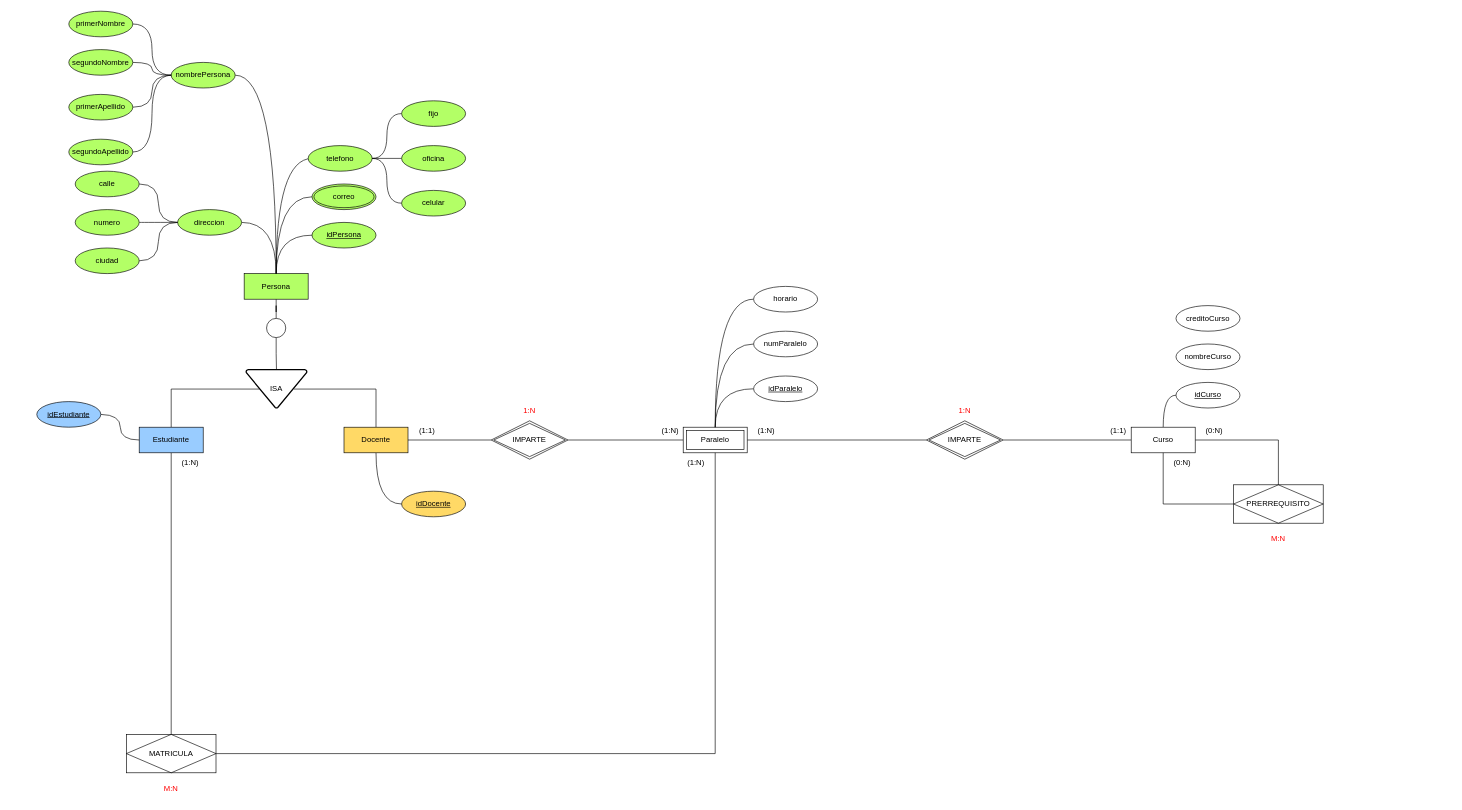
Isa4cc/BASE-DE-DATOS-I-DIAGRAMAS keeps this draw.io diagram as DIAGRAMA-UNI.drawio. Above is the earlier version. Source tidied: cells renumbered, new cells numbered last; positions are measured from the earlier drawing's top-left corner, leaving out a move shared by most shapes. Both pictures are drawn from the tidied source at 64%, with x=0, y=0 at pixel (36, 11).
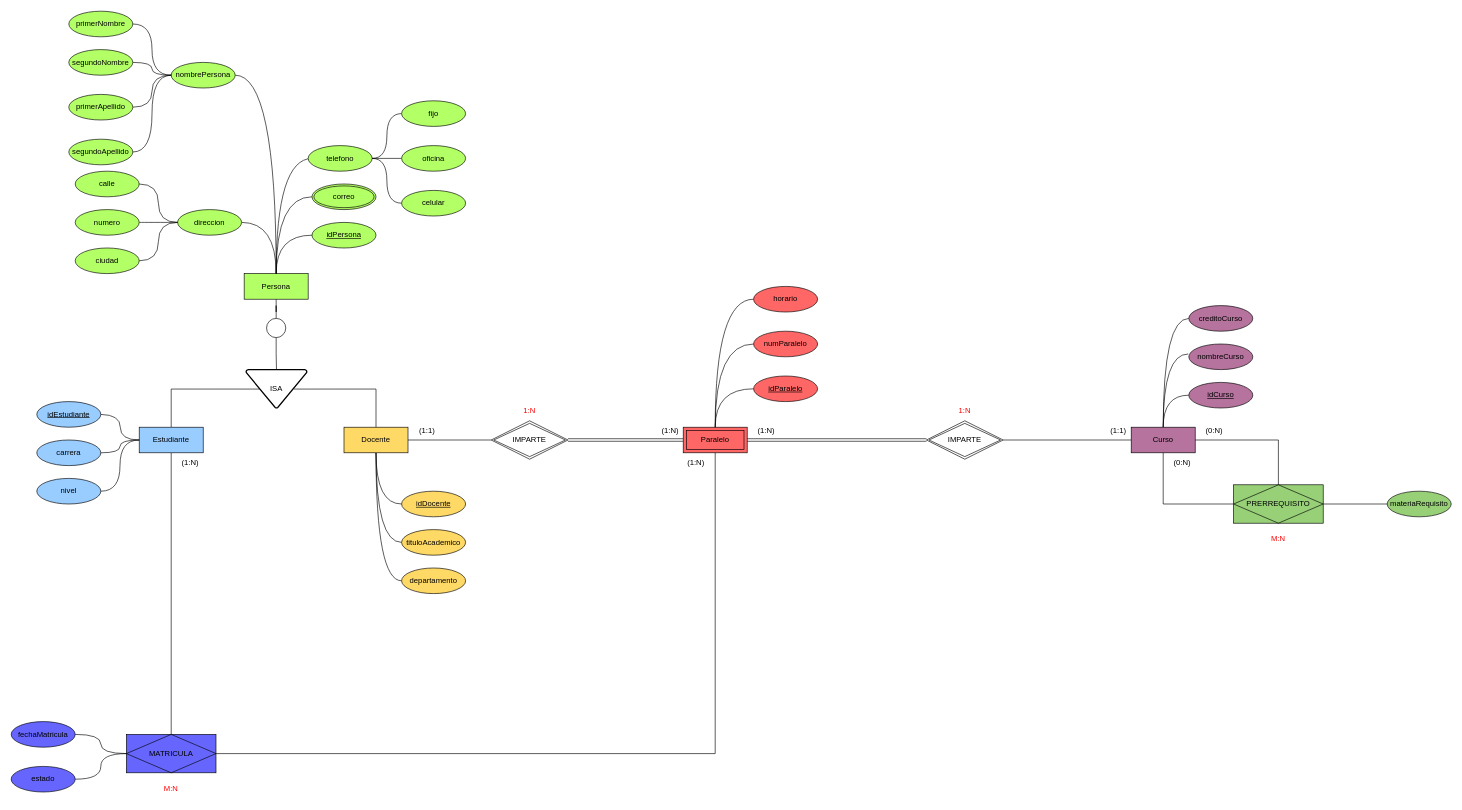
The same page after the edit.

The change refers to these unchanged cells:
```xml
<mxCell id="10" value="Estudiante" style="whiteSpace=wrap;html=1;align=center;fillColor=#99CCFF;" parent="1" vertex="1">
  <mxGeometry x="160" y="650" width="100" height="40" as="geometry" />
</mxCell>
<mxCell id="13" value="Docente" style="whiteSpace=wrap;html=1;align=center;fillColor=#FFD966;" parent="1" vertex="1">
  <mxGeometry x="480" y="650" width="100" height="40" as="geometry" />
</mxCell>
<mxCell id="38" value="IMPARTE" style="shape=rhombus;double=1;perimeter=rhombusPerimeter;whiteSpace=wrap;html=1;align=center;" parent="1" vertex="1">
  <mxGeometry x="710" y="640" width="120" height="60" as="geometry" />
</mxCell>
<mxCell id="45" value="IMPARTE" style="shape=rhombus;double=1;perimeter=rhombusPerimeter;whiteSpace=wrap;html=1;align=center;" parent="1" vertex="1">
  <mxGeometry x="1390" y="640" width="120" height="60" as="geometry" />
</mxCell>
```

Change to the diagram source:
```diff
@@
+    <mxCell id="81" style="edgeStyle=orthogonalEdgeStyle;rounded=0;jettySize=auto;html=1;entryX=0;entryY=0.5;entryDx=0;entryDy=0;curved=1;curveGeometry=1;endArrow=none;endFill=0;" parent="1" edge="1" source="13" target="85">
+      <mxGeometry relative="1" as="geometry" />
+    </mxCell>
+    <mxCell id="82" style="edgeStyle=orthogonalEdgeStyle;rounded=0;jettySize=auto;html=1;entryX=0;entryY=0.5;entryDx=0;entryDy=0;curved=1;curveGeometry=1;endArrow=none;endFill=0;" parent="1" edge="1" source="13" target="86">
+      <mxGeometry relative="1" as="geometry" />
+    </mxCell>
@@
-    <mxCell id="37" style="edgeStyle=orthogonalEdgeStyle;rounded=0;jettySize=auto;html=1;entryX=0;entryY=0.5;entryDx=0;entryDy=0;endArrow=none;endFill=0;" parent="1" edge="1" source="38" target="40">
+    <mxCell id="37" style="edgeStyle=orthogonalEdgeStyle;rounded=0;jettySize=auto;html=1;entryX=0;entryY=0.5;entryDx=0;entryDy=0;endArrow=none;endFill=0;shape=link;" parent="1" edge="1" source="38" target="40">
       <mxGeometry relative="1" as="geometry" />
     </mxCell>
@@
-    <mxCell id="39" style="edgeStyle=orthogonalEdgeStyle;rounded=0;jettySize=auto;html=1;endArrow=none;endFill=0;" parent="1" edge="1" source="40" target="45">
+    <mxCell id="39" style="edgeStyle=orthogonalEdgeStyle;rounded=0;jettySize=auto;html=1;endArrow=none;endFill=0;shape=link;" parent="1" edge="1" source="40" target="45">
       <mxGeometry relative="1" as="geometry" />
     </mxCell>
-    <mxCell id="40" value="Paralelo" style="shape=ext;margin=3;double=1;whiteSpace=wrap;html=1;align=center;" parent="1" vertex="1">
+    <mxCell id="40" value="Paralelo" style="shape=ext;margin=3;double=1;whiteSpace=wrap;html=1;align=center;fillColor=#FF6666;" parent="1" vertex="1">
       <mxGeometry x="1010" y="650" width="100" height="40" as="geometry" />
     </mxCell>
@@
+    <mxCell id="83" style="edgeStyle=orthogonalEdgeStyle;rounded=0;jettySize=auto;html=1;entryX=0;entryY=0.5;entryDx=0;entryDy=0;endArrow=none;endFill=0;curved=1;curveGeometry=1;" parent="1" edge="1" source="50" target="80">
+      <mxGeometry relative="1" as="geometry" />
+    </mxCell>
-    <mxCell id="50" value="Curso" style="whiteSpace=wrap;html=1;align=center;" parent="1" vertex="1">
+    <mxCell id="50" value="Curso" style="whiteSpace=wrap;html=1;align=center;fillColor=#B5739D;" parent="1" vertex="1">
       <mxGeometry x="1710" y="650" width="100" height="40" as="geometry" />
     </mxCell>
@@
-    <mxCell id="53" value="MATRICULA" style="shape=associativeEntity;whiteSpace=wrap;html=1;align=center;" parent="1" vertex="1">
+    <mxCell id="53" value="MATRICULA" style="shape=associativeEntity;whiteSpace=wrap;html=1;align=center;fillColor=#6666FF;" parent="1" vertex="1">
       <mxGeometry x="140" y="1130" width="140" height="60" as="geometry" />
     </mxCell>
@@
+    <mxCell id="84" style="edgeStyle=orthogonalEdgeStyle;rounded=0;jettySize=auto;html=1;entryX=0;entryY=0.5;entryDx=0;entryDy=0;endArrow=none;endFill=0;" parent="1" edge="1" source="61" target="96">
+      <mxGeometry relative="1" as="geometry" />
+    </mxCell>
-    <mxCell id="61" value="PRERREQUISITO" style="shape=associativeEntity;whiteSpace=wrap;html=1;align=center;" parent="1" vertex="1">
+    <mxCell id="61" value="PRERREQUISITO" style="shape=associativeEntity;whiteSpace=wrap;html=1;align=center;fillColor=#97D077;" parent="1" vertex="1">
       <mxGeometry x="1870" y="740" width="140" height="60" as="geometry" />
     </mxCell>
@@
-    <mxCell id="73" value="idParalelo" style="ellipse;whiteSpace=wrap;html=1;align=center;fontStyle=20;" parent="1" vertex="1">
+    <mxCell id="73" value="idParalelo" style="ellipse;whiteSpace=wrap;html=1;align=center;fontStyle=20;fillColor=#FF6666;" parent="1" vertex="1">
       <mxGeometry x="1120" y="570" width="100" height="40" as="geometry" />
     </mxCell>
@@
-    <mxCell id="75" value="numParalelo" style="ellipse;whiteSpace=wrap;html=1;align=center;" parent="1" vertex="1">
+    <mxCell id="75" value="numParalelo" style="ellipse;whiteSpace=wrap;html=1;align=center;fillColor=#FF6666;" parent="1" vertex="1">
       <mxGeometry x="1120" y="500" width="100" height="40" as="geometry" />
     </mxCell>
-    <mxCell id="76" value="idCurso" style="ellipse;whiteSpace=wrap;html=1;align=center;fontStyle=20;" parent="1" vertex="1">
-      <mxGeometry x="1780" y="580" width="100" height="40" as="geometry" />
+    <mxCell id="76" value="idCurso" style="ellipse;whiteSpace=wrap;html=1;align=center;fontStyle=20;fillColor=#B5739D;" parent="1" vertex="1">
+      <mxGeometry x="1800" y="580" width="100" height="40" as="geometry" />
     </mxCell>
@@
-    <mxCell id="78" value="horario" style="ellipse;whiteSpace=wrap;html=1;align=center;" parent="1" vertex="1">
+    <mxCell id="78" value="horario" style="ellipse;whiteSpace=wrap;html=1;align=center;fillColor=#FF6666;" parent="1" vertex="1">
       <mxGeometry x="1120" y="430" width="100" height="40" as="geometry" />
     </mxCell>
-    <mxCell id="79" value="nombreCurso" style="ellipse;whiteSpace=wrap;html=1;align=center;" parent="1" vertex="1">
-      <mxGeometry x="1780" y="520" width="100" height="40" as="geometry" />
+    <mxCell id="79" value="nombreCurso" style="ellipse;whiteSpace=wrap;html=1;align=center;fillColor=#B5739D;" parent="1" vertex="1">
+      <mxGeometry x="1800" y="520" width="100" height="40" as="geometry" />
     </mxCell>
-    <mxCell id="80" value="creditoCurso" style="ellipse;whiteSpace=wrap;html=1;align=center;" parent="1" vertex="1">
-      <mxGeometry x="1780" y="460" width="100" height="40" as="geometry" />
+    <mxCell id="80" value="creditoCurso" style="ellipse;whiteSpace=wrap;html=1;align=center;fillColor=#B5739D;" parent="1" vertex="1">
+      <mxGeometry x="1800" y="460" width="100" height="40" as="geometry" />
     </mxCell>
+    <mxCell id="85" value="tituloAcademico" style="ellipse;whiteSpace=wrap;html=1;align=center;fillColor=#FFD966;" parent="1" vertex="1">
+      <mxGeometry x="570" y="810" width="100" height="40" as="geometry" />
+    </mxCell>
+    <mxCell id="86" value="departamento" style="ellipse;whiteSpace=wrap;html=1;align=center;fillColor=#FFD966;" parent="1" vertex="1">
+      <mxGeometry x="570" y="870" width="100" height="40" as="geometry" />
+    </mxCell>
+    <mxCell id="87" style="edgeStyle=orthogonalEdgeStyle;rounded=0;jettySize=auto;html=1;entryX=0;entryY=0.5;entryDx=0;entryDy=0;curved=1;curveGeometry=1;endArrow=none;endFill=0;" parent="1" edge="1" source="88" target="10">
+      <mxGeometry relative="1" as="geometry" />
+    </mxCell>
+    <mxCell id="88" value="carrera" style="ellipse;whiteSpace=wrap;html=1;align=center;fillColor=#99CCFF;" parent="1" vertex="1">
+      <mxGeometry y="670" width="100" height="40" as="geometry" />
+    </mxCell>
+    <mxCell id="89" style="edgeStyle=orthogonalEdgeStyle;rounded=0;jettySize=auto;html=1;entryX=0;entryY=0.5;entryDx=0;entryDy=0;curved=1;curveGeometry=1;endArrow=none;endFill=0;" parent="1" edge="1" source="90" target="10">
+      <mxGeometry relative="1" as="geometry" />
+    </mxCell>
+    <mxCell id="90" value="nivel" style="ellipse;whiteSpace=wrap;html=1;align=center;fillColor=#99CCFF;" parent="1" vertex="1">
+      <mxGeometry y="730" width="100" height="40" as="geometry" />
+    </mxCell>
+    <mxCell id="91" style="edgeStyle=orthogonalEdgeStyle;rounded=0;jettySize=auto;html=1;entryX=-0.01;entryY=0.39;entryDx=0;entryDy=0;entryPerimeter=0;endArrow=none;endFill=0;curved=1;curveGeometry=1;" parent="1" edge="1" source="50" target="79">
+      <mxGeometry relative="1" as="geometry" />
+    </mxCell>
+    <mxCell id="92" style="edgeStyle=orthogonalEdgeStyle;rounded=0;jettySize=auto;html=1;entryX=0;entryY=0.5;entryDx=0;entryDy=0;curved=1;curveGeometry=1;endArrow=none;endFill=0;" parent="1" edge="1" source="93" target="53">
+      <mxGeometry relative="1" as="geometry" />
+    </mxCell>
+    <mxCell id="93" value="fechaMatricula" style="ellipse;whiteSpace=wrap;html=1;align=center;fillColor=#6666FF;" parent="1" vertex="1">
+      <mxGeometry x="-40" y="1110" width="100" height="40" as="geometry" />
+    </mxCell>
+    <mxCell id="94" style="edgeStyle=orthogonalEdgeStyle;rounded=0;jettySize=auto;html=1;entryX=0;entryY=0.5;entryDx=0;entryDy=0;curved=1;curveGeometry=1;endArrow=none;endFill=0;" parent="1" edge="1" source="95" target="53">
+      <mxGeometry relative="1" as="geometry" />
+    </mxCell>
+    <mxCell id="95" value="estado" style="ellipse;whiteSpace=wrap;html=1;align=center;fillColor=#6666FF;" parent="1" vertex="1">
+      <mxGeometry x="-40" y="1180" width="100" height="40" as="geometry" />
+    </mxCell>
+    <mxCell id="96" value="materiaRequisito" style="ellipse;whiteSpace=wrap;html=1;align=center;fillColor=#97D077;" parent="1" vertex="1">
+      <mxGeometry x="2110" y="750" width="100" height="40" as="geometry" />
+    </mxCell>
```
